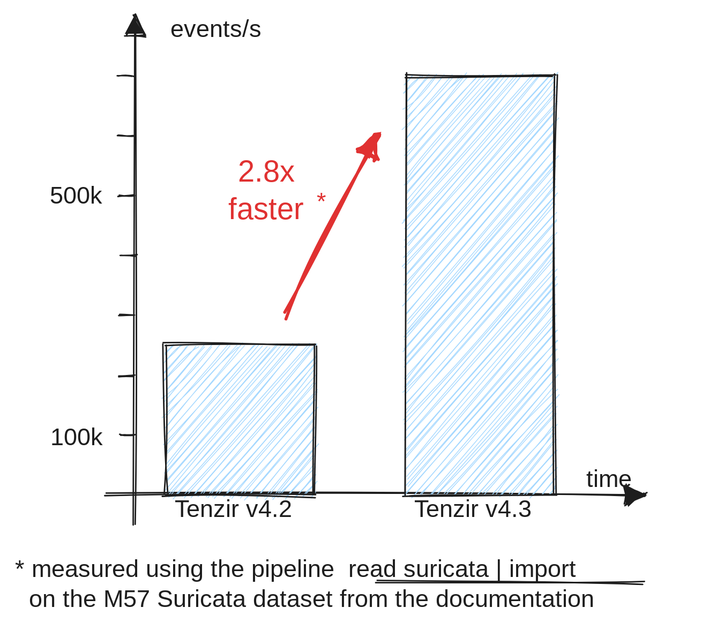
Earlier version of the Excalidraw export web/blog/tenzir-v4.3/tenzir-v4.3-json-improvements.excalidraw.svg (tenzir/tenzir). Source tidied: one line per element, renumbered; positions are measured from the earlier drawing's top-left corner, leaving out a move shared by most shapes. Source of this version:
```json
{"id": 0, "type": "arrow", "strokeColor": "#1e1e1e", "backgroundColor": "#ffffff", "fillStyle": "solid", "strokeWidth": 1, "roughness": 1, "endArrowhead": "triangle", "to": 2, "x": 60, "y": 320, "width": 360, "height": 0, "points": [[0, 0], [360, 0]]}
{"id": 1, "type": "arrow", "strokeColor": "#1e1e1e", "backgroundColor": "#ffffff", "fillStyle": "solid", "strokeWidth": 1, "roughness": 1, "endArrowhead": "triangle", "from": 15, "x": 80, "y": 340, "width": 0, "height": 340, "points": [[0, 0], [0, -340]]}
{"id": 2, "type": "text", "text": "time", "strokeColor": "#1e1e1e", "backgroundColor": "#ffffff", "fillStyle": "solid", "strokeWidth": 1, "roughness": 1, "fontSize": 16, "fontFamily": 1, "textAlign": "center", "x": 380, "y": 300, "width": 31, "height": 20}
{"id": 3, "type": "text", "text": "events/s", "strokeColor": "#1e1e1e", "backgroundColor": "#ffffff", "fillStyle": "solid", "strokeWidth": 1, "roughness": 1, "fontSize": 16, "fontFamily": 1, "textAlign": "center", "x": 100, "y": 0, "width": 68, "height": 20}
{"id": 4, "type": "line", "strokeColor": "#1e1e1e", "backgroundColor": "#ffffff", "fillStyle": "solid", "strokeWidth": 1, "roughness": 1, "x": 70, "y": 280, "width": 10, "height": 0, "points": [[0, 0], [10, 0]]}
{"id": 5, "type": "text", "text": "100k", "strokeColor": "#1e1e1e", "backgroundColor": "#ffffff", "fillStyle": "solid", "strokeWidth": 1, "roughness": 1, "fontSize": 16, "fontFamily": 1, "textAlign": "center", "x": 24, "y": 272, "width": 34, "height": 20}
{"id": 6, "type": "text", "text": "500k", "strokeColor": "#1e1e1e", "backgroundColor": "#ffffff", "fillStyle": "solid", "strokeWidth": 1, "roughness": 1, "fontSize": 16, "fontFamily": 1, "textAlign": "center", "x": 21, "y": 111, "width": 40, "height": 20}
{"id": 7, "type": "line", "strokeColor": "#1e1e1e", "backgroundColor": "#ffffff", "fillStyle": "solid", "strokeWidth": 1, "roughness": 1, "x": 69, "y": 240, "width": 10, "height": 0, "points": [[0, 0], [10, 0]]}
{"id": 8, "type": "line", "strokeColor": "#1e1e1e", "backgroundColor": "#ffffff", "fillStyle": "solid", "strokeWidth": 1, "roughness": 1, "x": 69, "y": 200, "width": 10, "height": 0, "points": [[0, 0], [10, 0]]}
{"id": 9, "type": "line", "strokeColor": "#1e1e1e", "backgroundColor": "#ffffff", "fillStyle": "solid", "strokeWidth": 1, "roughness": 1, "x": 70, "y": 160, "width": 10, "height": 0, "points": [[0, 0], [10, 0]]}
{"id": 10, "type": "line", "strokeColor": "#1e1e1e", "backgroundColor": "#ffffff", "fillStyle": "solid", "strokeWidth": 1, "roughness": 1, "x": 69, "y": 120, "width": 10, "height": 0, "points": [[0, 0], [10, 0]]}
{"id": 11, "type": "line", "strokeColor": "#1e1e1e", "backgroundColor": "#ffffff", "fillStyle": "solid", "strokeWidth": 1, "roughness": 1, "x": 68, "y": 80, "width": 10, "height": 0, "points": [[0, 0], [10, 0]]}
{"id": 12, "type": "line", "strokeColor": "#1e1e1e", "backgroundColor": "#ffffff", "fillStyle": "solid", "strokeWidth": 1, "roughness": 1, "x": 68, "y": 40, "width": 10, "height": 0, "points": [[0, 0], [10, 0]]}
{"id": 13, "type": "text", "text": "Tenzir v4.3", "strokeColor": "#1e1e1e", "backgroundColor": "#ffffff", "fillStyle": "solid", "strokeWidth": 1, "roughness": 1, "fontSize": 16, "fontFamily": 1, "textAlign": "center", "x": 260, "y": 320, "width": 91, "height": 20}
{"id": 14, "type": "text", "text": "Tenzir v4.2", "strokeColor": "#1e1e1e", "backgroundColor": "#ffffff", "fillStyle": "solid", "strokeWidth": 1, "roughness": 1, "fontSize": 16, "fontFamily": 1, "textAlign": "center", "x": 100, "y": 320, "width": 91, "height": 20}
{"id": 15, "type": "rectangle", "strokeColor": "#1e1e1e", "backgroundColor": "#a5d8ff", "fillStyle": "hachure", "strokeWidth": 1, "roughness": 1, "x": 100, "y": 220, "width": 100, "height": 100}
{"id": 16, "type": "rectangle", "strokeColor": "#1e1e1e", "backgroundColor": "#a5d8ff", "fillStyle": "hachure", "strokeWidth": 1, "roughness": 1, "x": 260, "y": 40, "width": 100, "height": 280}
{"id": 17, "type": "arrow", "strokeColor": "#e03131", "backgroundColor": "#a5d8ff", "fillStyle": "hachure", "strokeWidth": 2, "roughness": 2, "endArrowhead": "triangle", "from": 15, "to": 16, "x": 180, "y": 200, "width": 60, "height": 120, "points": [[0, 0], [60, -120]]}
{"id": 18, "type": "text", "text": "2.8x\nfaster", "strokeColor": "#e03131", "backgroundColor": "#a5d8ff", "fillStyle": "hachure", "strokeWidth": 2, "roughness": 2, "fontSize": 20, "fontFamily": 1, "textAlign": "center", "x": 135, "y": 93, "width": 65, "height": 50}
{"id": 19, "type": "text", "text": "*", "strokeColor": "#e03131", "backgroundColor": "#a5d8ff", "fillStyle": "hachure", "strokeWidth": 2, "roughness": 2, "fontSize": 16, "fontFamily": 1, "textAlign": "center", "x": 200, "y": 115, "width": 8, "height": 20}
{"id": 20, "type": "text", "text": "* measured using the pipeline  read suricata | import\n  on the M57 Suricata dataset from the documentation", "strokeColor": "#1e1e1e", "backgroundColor": "#a5d8ff", "fillStyle": "hachure", "strokeWidth": 2, "roughness": 2, "fontSize": 16, "fontFamily": 1, "x": 0, "y": 360, "width": 448, "height": 40}
{"id": 21, "type": "line", "strokeColor": "#1e1e1e", "backgroundColor": "#a5d8ff", "fillStyle": "hachure", "strokeWidth": 1, "roughness": 1, "x": 240, "y": 378, "width": 180, "height": 0, "points": [[0, 0], [180, 0]]}
```
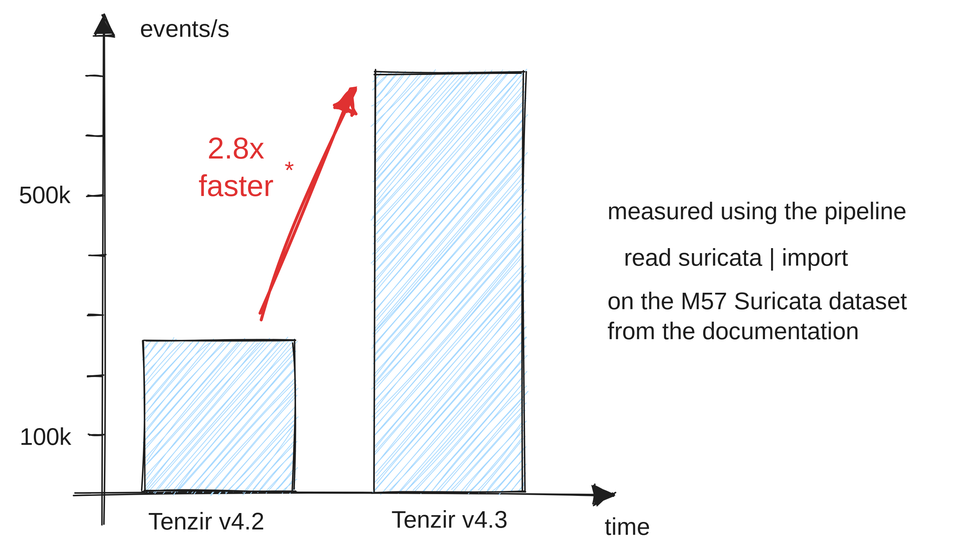
After the change.

Diff of the diagram source:
```diff
@@ -1,6 +1,5 @@
 {"id": 0, "type": "arrow", "strokeColor": "#1e1e1e", "backgroundColor": "#ffffff", "fillStyle": "solid", "strokeWidth": 1, "roughness": 1, "endArrowhead": "triangle", "to": 2, "x": 60, "y": 320, "width": 360, "height": 0, "points": [[0, 0], [360, 0]]}
-{"id": 1, "type": "arrow", "strokeColor": "#1e1e1e", "backgroundColor": "#ffffff", "fillStyle": "solid", "strokeWidth": 1, "roughness": 1, "endArrowhead": "triangle", "from": 15, "x": 80, "y": 340, "width": 0, "height": 340, "points": [[0, 0], [0, -340]]}
+{"id": 1, "type": "arrow", "strokeColor": "#1e1e1e", "backgroundColor": "#ffffff", "fillStyle": "solid", "strokeWidth": 1, "roughness": 1, "endArrowhead": "triangle", "x": 80, "y": 340, "width": 0, "height": 340, "points": [[0, 0], [0, -340]]}
-{"id": 2, "type": "text", "text": "time", "strokeColor": "#1e1e1e", "backgroundColor": "#ffffff", "fillStyle": "solid", "strokeWidth": 1, "roughness": 1, "fontSize": 16, "fontFamily": 1, "textAlign": "center", "x": 380, "y": 300, "width": 31, "height": 20}
 {"id": 3, "type": "text", "text": "events/s", "strokeColor": "#1e1e1e", "backgroundColor": "#ffffff", "fillStyle": "solid", "strokeWidth": 1, "roughness": 1, "fontSize": 16, "fontFamily": 1, "textAlign": "center", "x": 100, "y": 0, "width": 68, "height": 20}
 {"id": 4, "type": "line", "strokeColor": "#1e1e1e", "backgroundColor": "#ffffff", "fillStyle": "solid", "strokeWidth": 1, "roughness": 1, "x": 70, "y": 280, "width": 10, "height": 0, "points": [[0, 0], [10, 0]]}
 {"id": 5, "type": "text", "text": "100k", "strokeColor": "#1e1e1e", "backgroundColor": "#ffffff", "fillStyle": "solid", "strokeWidth": 1, "roughness": 1, "fontSize": 16, "fontFamily": 1, "textAlign": "center", "x": 24, "y": 272, "width": 34, "height": 20}
@@ -11,12 +10,13 @@
 {"id": 10, "type": "line", "strokeColor": "#1e1e1e", "backgroundColor": "#ffffff", "fillStyle": "solid", "strokeWidth": 1, "roughness": 1, "x": 69, "y": 120, "width": 10, "height": 0, "points": [[0, 0], [10, 0]]}
 {"id": 11, "type": "line", "strokeColor": "#1e1e1e", "backgroundColor": "#ffffff", "fillStyle": "solid", "strokeWidth": 1, "roughness": 1, "x": 68, "y": 80, "width": 10, "height": 0, "points": [[0, 0], [10, 0]]}
 {"id": 12, "type": "line", "strokeColor": "#1e1e1e", "backgroundColor": "#ffffff", "fillStyle": "solid", "strokeWidth": 1, "roughness": 1, "x": 68, "y": 40, "width": 10, "height": 0, "points": [[0, 0], [10, 0]]}
-{"id": 13, "type": "text", "text": "Tenzir v4.3", "strokeColor": "#1e1e1e", "backgroundColor": "#ffffff", "fillStyle": "solid", "strokeWidth": 1, "roughness": 1, "fontSize": 16, "fontFamily": 1, "textAlign": "center", "x": 260, "y": 320, "width": 91, "height": 20}
+{"id": 13, "type": "text", "text": "Tenzir v4.3", "strokeColor": "#1e1e1e", "backgroundColor": "#ffffff", "fillStyle": "solid", "strokeWidth": 1, "roughness": 1, "fontSize": 16, "fontFamily": 1, "textAlign": "center", "x": 265, "y": 327, "width": 91, "height": 20}
-{"id": 14, "type": "text", "text": "Tenzir v4.2", "strokeColor": "#1e1e1e", "backgroundColor": "#ffffff", "fillStyle": "solid", "strokeWidth": 1, "roughness": 1, "fontSize": 16, "fontFamily": 1, "textAlign": "center", "x": 100, "y": 320, "width": 91, "height": 20}
+{"id": 14, "type": "text", "text": "Tenzir v4.2", "strokeColor": "#1e1e1e", "backgroundColor": "#ffffff", "fillStyle": "solid", "strokeWidth": 1, "roughness": 1, "fontSize": 16, "fontFamily": 1, "textAlign": "center", "x": 103, "y": 329, "width": 91, "height": 20}
-{"id": 15, "type": "rectangle", "strokeColor": "#1e1e1e", "backgroundColor": "#a5d8ff", "fillStyle": "hachure", "strokeWidth": 1, "roughness": 1, "x": 100, "y": 220, "width": 100, "height": 100}
-{"id": 16, "type": "rectangle", "strokeColor": "#1e1e1e", "backgroundColor": "#a5d8ff", "fillStyle": "hachure", "strokeWidth": 1, "roughness": 1, "x": 260, "y": 40, "width": 100, "height": 280}
+{"id": 16, "type": "rectangle", "strokeColor": "#1e1e1e", "backgroundColor": "#a5d8ff", "fillStyle": "hachure", "strokeWidth": 1, "roughness": 1, "x": 260, "y": 38, "width": 100, "height": 280}
-{"id": 17, "type": "arrow", "strokeColor": "#e03131", "backgroundColor": "#a5d8ff", "fillStyle": "hachure", "strokeWidth": 2, "roughness": 2, "endArrowhead": "triangle", "from": 15, "to": 16, "x": 180, "y": 200, "width": 60, "height": 120, "points": [[0, 0], [60, -120]]}
+{"id": 17, "type": "arrow", "strokeColor": "#e03131", "backgroundColor": "#a5d8ff", "fillStyle": "hachure", "strokeWidth": 2, "roughness": 2, "endArrowhead": "triangle", "from": 23, "to": 16, "x": 184, "y": 201, "width": 60, "height": 151, "points": [[0, 0], [60, -151]]}
-{"id": 18, "type": "text", "text": "2.8x\nfaster", "strokeColor": "#e03131", "backgroundColor": "#a5d8ff", "fillStyle": "hachure", "strokeWidth": 2, "roughness": 2, "fontSize": 20, "fontFamily": 1, "textAlign": "center", "x": 135, "y": 93, "width": 65, "height": 50}
+{"id": 18, "type": "text", "text": "2.8x\nfaster", "strokeColor": "#e03131", "backgroundColor": "#a5d8ff", "fillStyle": "hachure", "strokeWidth": 2, "roughness": 2, "fontSize": 20, "fontFamily": 1, "textAlign": "center", "x": 136, "y": 78, "width": 65, "height": 50}
-{"id": 19, "type": "text", "text": "*", "strokeColor": "#e03131", "backgroundColor": "#a5d8ff", "fillStyle": "hachure", "strokeWidth": 2, "roughness": 2, "fontSize": 16, "fontFamily": 1, "textAlign": "center", "x": 200, "y": 115, "width": 8, "height": 20}
+{"id": 19, "type": "text", "text": "*", "strokeColor": "#e03131", "backgroundColor": "#a5d8ff", "fillStyle": "hachure", "strokeWidth": 2, "roughness": 2, "fontSize": 16, "fontFamily": 1, "textAlign": "center", "x": 199, "y": 94, "width": 8, "height": 20}
-{"id": 20, "type": "text", "text": "* measured using the pipeline  read suricata | import\n  on the M57 Suricata dataset from the documentation", "strokeColor": "#1e1e1e", "backgroundColor": "#a5d8ff", "fillStyle": "hachure", "strokeWidth": 2, "roughness": 2, "fontSize": 16, "fontFamily": 1, "x": 0, "y": 360, "width": 448, "height": 40}
+{"id": 20, "type": "text", "text": "measured using the pipeline\n\n\non the M57 Suricata dataset\nfrom the documentation", "strokeColor": "#1e1e1e", "backgroundColor": "#a5d8ff", "fillStyle": "hachure", "strokeWidth": 2, "roughness": 2, "fontSize": 16, "fontFamily": 1, "x": 416, "y": 122, "width": 238, "height": 100}
-{"id": 21, "type": "line", "strokeColor": "#1e1e1e", "backgroundColor": "#a5d8ff", "fillStyle": "hachure", "strokeWidth": 1, "roughness": 1, "x": 240, "y": 378, "width": 180, "height": 0, "points": [[0, 0], [180, 0]]}
+{"id": 2, "type": "text", "text": "time", "strokeColor": "#1e1e1e", "backgroundColor": "#ffffff", "fillStyle": "solid", "strokeWidth": 1, "roughness": 1, "fontSize": 16, "fontFamily": 1, "textAlign": "center", "x": 413, "y": 332, "width": 31, "height": 20}
+{"id": 22, "type": "text", "text": "read suricata | import", "strokeColor": "#1e1e1e", "backgroundColor": "#e9ecef", "fillStyle": "solid", "strokeWidth": 1, "roughness": 1, "fontSize": 16, "fontFamily": 3, "x": 427, "y": 153, "width": 206, "height": 19}
+{"id": 23, "type": "rectangle", "strokeColor": "#1e1e1e", "backgroundColor": "#a5d8ff", "fillStyle": "hachure", "strokeWidth": 1, "roughness": 1, "x": 107, "y": 217, "width": 100, "height": 100}
```
